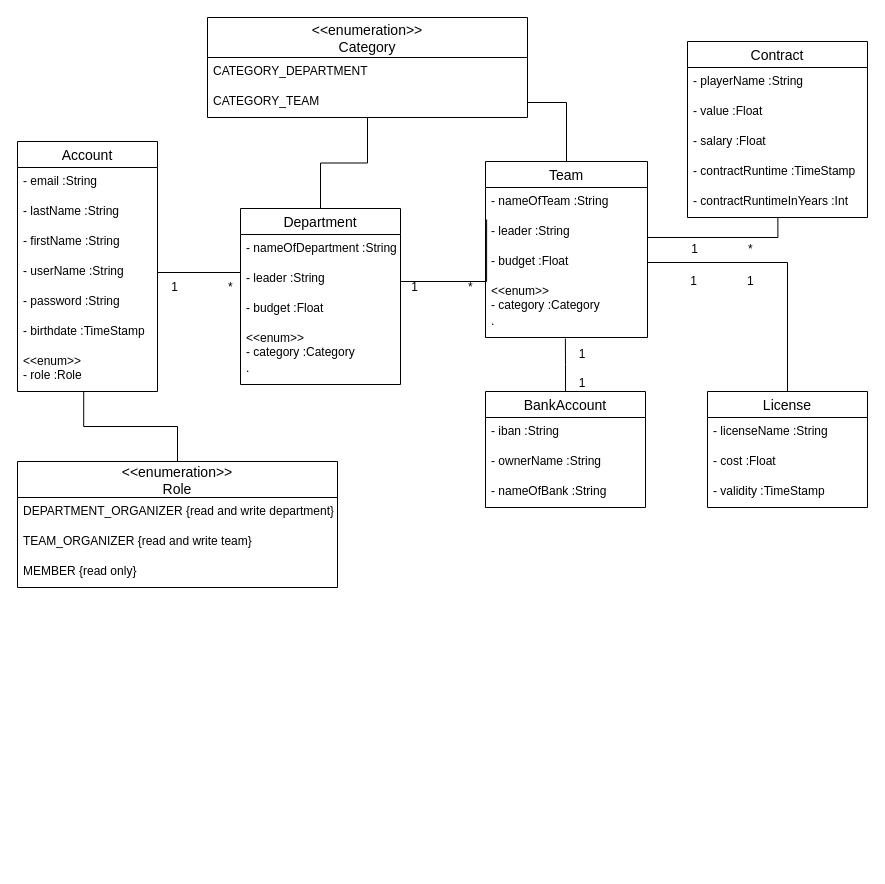
Earlier version of the draw.io diagram Documentation/Diagrams/domain_types.drawio (MJ7898/VereinsfinanzManager). Source tidied: cells renumbered, new cells numbered last; positions are measured from the earlier drawing's top-left corner, leaving out a move shared by most shapes. Both pictures are drawn from the tidied source at 100%, with x=0, y=0 at pixel (17, 17).
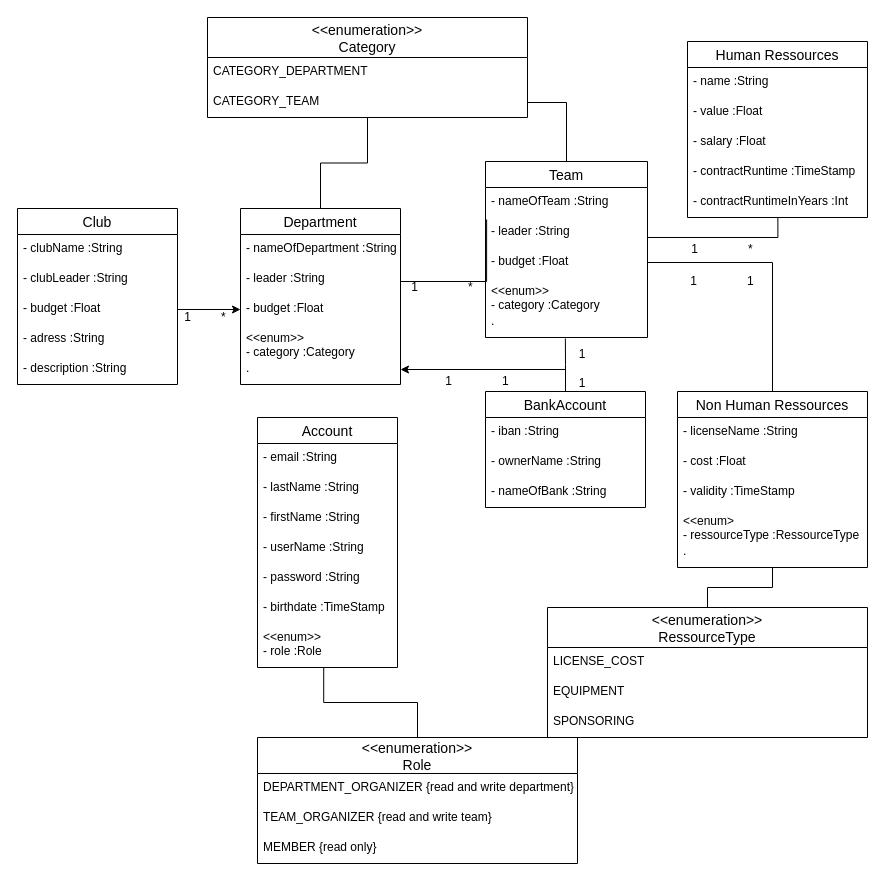
The same diagram, later.

The change refers to these unchanged cells:
```xml
<mxCell id="6" value="- userName :String" style="text;strokeColor=none;fillColor=none;spacingLeft=4;spacingRight=4;overflow=hidden;points=[[0,0.5],[1,0.5]];portConstraint=eastwest;fontSize=12;" parent="2" vertex="1">
  <mxGeometry y="116" width="140" height="30" as="geometry" />
</mxCell>
<mxCell id="15" value="- budget :Float" style="text;strokeColor=none;fillColor=none;spacingLeft=4;spacingRight=4;overflow=hidden;points=[[0,0.5],[1,0.5]];portConstraint=eastwest;fontSize=12;" parent="12" vertex="1">
  <mxGeometry y="86" width="160" height="30" as="geometry" />
</mxCell>
<mxCell id="17" value="." style="text;strokeColor=none;fillColor=none;spacingLeft=4;spacingRight=4;overflow=hidden;points=[[0,0.5],[1,0.5]];portConstraint=eastwest;fontSize=12;" parent="12" vertex="1">
  <mxGeometry y="146" width="160" height="30" as="geometry" />
</mxCell>
<mxCell id="26" value="BankAccount" style="swimlane;fontStyle=0;horizontal=1;startSize=26;align=center;fontSize=14;" parent="1" vertex="1">
  <mxGeometry x="468" y="374" width="160" height="116" as="geometry" />
</mxCell>
```

What changed in the source:
```diff
@@
     <mxCell id="2" value="Account" style="swimlane;fontStyle=0;horizontal=1;startSize=26;align=center;fontSize=14;" parent="1" vertex="1">
-      <mxGeometry y="124" width="140" height="250" as="geometry" />
+      <mxGeometry x="240" y="400" width="140" height="250" as="geometry" />
     </mxCell>
@@
+    <mxCell id="56" style="edgeStyle=orthogonalEdgeStyle;rounded=0;jettySize=auto;html=1;entryX=1;entryY=0.5;entryDx=0;entryDy=0;" parent="1" edge="1" source="26" target="17">
+      <mxGeometry relative="1" as="geometry" />
+    </mxCell>
@@
-    <mxCell id="31" value="Contract" style="swimlane;fontStyle=0;horizontal=1;startSize=26;align=center;fontSize=14;" parent="1" vertex="1">
+    <mxCell id="31" value="Human Ressources" style="swimlane;fontStyle=0;horizontal=1;startSize=26;align=center;fontSize=14;" parent="1" vertex="1">
       <mxGeometry x="670" y="24" width="180" height="176" as="geometry" />
     </mxCell>
-    <mxCell id="32" value="- playerName :String" style="text;strokeColor=none;fillColor=none;spacingLeft=4;spacingRight=4;overflow=hidden;fontSize=12;" parent="31" vertex="1">
+    <mxCell id="32" value="- name :String" style="text;strokeColor=none;fillColor=none;spacingLeft=4;spacingRight=4;overflow=hidden;fontSize=12;" parent="31" vertex="1">
       <mxGeometry y="26" width="180" height="30" as="geometry" />
     </mxCell>
@@
-    <mxCell id="38" value="License" style="swimlane;fontStyle=0;horizontal=1;startSize=26;align=center;fontSize=14;" parent="1" vertex="1">
-      <mxGeometry x="690" y="374" width="160" height="116" as="geometry" />
+    <mxCell id="38" value="Non Human Ressources" style="swimlane;fontStyle=0;horizontal=1;startSize=26;align=center;fontSize=14;" parent="1" vertex="1">
+      <mxGeometry x="660" y="374" width="190" height="176" as="geometry" />
     </mxCell>
     <mxCell id="39" value="- licenseName :String" style="text;strokeColor=none;fillColor=none;spacingLeft=4;spacingRight=4;overflow=hidden;fontSize=12;" parent="38" vertex="1">
-      <mxGeometry y="26" width="160" height="30" as="geometry" />
+      <mxGeometry y="26" width="190" height="30" as="geometry" />
     </mxCell>
     <mxCell id="40" value="- cost :Float" style="text;strokeColor=none;fillColor=none;spacingLeft=4;spacingRight=4;overflow=hidden;fontSize=12;" parent="38" vertex="1">
-      <mxGeometry y="56" width="160" height="30" as="geometry" />
+      <mxGeometry y="56" width="190" height="30" as="geometry" />
     </mxCell>
     <mxCell id="41" value="- validity :TimeStamp" style="text;strokeColor=none;fillColor=none;spacingLeft=4;spacingRight=4;overflow=hidden;fontSize=12;" parent="38" vertex="1">
-      <mxGeometry y="86" width="160" height="30" as="geometry" />
+      <mxGeometry y="86" width="190" height="30" as="geometry" />
     </mxCell>
+    <mxCell id="57" value="&lt;&lt;enum&gt;&#10;- ressourceType :RessourceType" style="text;strokeColor=none;fillColor=none;spacingLeft=4;spacingRight=4;overflow=hidden;fontSize=12;" parent="38" vertex="1">
+      <mxGeometry y="116" width="190" height="30" as="geometry" />
+    </mxCell>
+    <mxCell id="58" value="." style="text;strokeColor=none;fillColor=none;spacingLeft=4;spacingRight=4;overflow=hidden;fontSize=12;" parent="38" vertex="1">
+      <mxGeometry y="146" width="190" height="30" as="geometry" />
+    </mxCell>
@@
     <mxCell id="43" value="&lt;&lt;enumeration&gt;&gt;&#10;Role" style="swimlane;fontStyle=0;horizontal=1;startSize=36;align=center;fontSize=14;" parent="1" vertex="1">
-      <mxGeometry y="444" width="320" height="126" as="geometry" />
+      <mxGeometry x="240" y="720" width="320" height="126" as="geometry" />
     </mxCell>
@@
-    <mxCell id="47" style="edgeStyle=orthogonalEdgeStyle;rounded=0;jettySize=auto;html=1;endArrow=none;endFill=0;" parent="1" edge="1" source="6">
-      <mxGeometry relative="1" as="geometry">
-        <mxPoint x="223" y="255" as="targetPoint" />
-        <Array as="points">
-          <mxPoint x="223" y="255" />
-        </Array>
-      </mxGeometry>
-    </mxCell>
-    <mxCell id="48" value="1&amp;nbsp; &amp;nbsp; &amp;nbsp; &amp;nbsp; &amp;nbsp; &amp;nbsp; &amp;nbsp; &amp;nbsp;*" style="text;html=1;strokeColor=none;fillColor=none;align=center;verticalAlign=middle;whiteSpace=wrap;rounded=0;" parent="1" vertex="1">
-      <mxGeometry x="150" y="260" width="70" height="20" as="geometry" />
+    <mxCell id="48" value="1&amp;nbsp; &amp;nbsp; &amp;nbsp; &amp;nbsp; &amp;nbsp;*" style="text;html=1;strokeColor=none;fillColor=none;align=center;verticalAlign=middle;whiteSpace=wrap;rounded=0;" parent="1" vertex="1">
+      <mxGeometry x="153" y="290" width="70" height="20" as="geometry" />
     </mxCell>
@@
+    <mxCell id="59" value="Club" style="swimlane;fontStyle=0;horizontal=1;startSize=26;align=center;fontSize=14;" parent="1" vertex="1">
+      <mxGeometry y="191" width="160" height="176" as="geometry" />
+    </mxCell>
+    <mxCell id="60" value="- clubName :String" style="text;strokeColor=none;fillColor=none;spacingLeft=4;spacingRight=4;overflow=hidden;fontSize=12;" parent="59" vertex="1">
+      <mxGeometry y="26" width="160" height="30" as="geometry" />
+    </mxCell>
+    <mxCell id="61" value="- clubLeader :String" style="text;strokeColor=none;fillColor=none;spacingLeft=4;spacingRight=4;overflow=hidden;fontSize=12;" parent="59" vertex="1">
+      <mxGeometry y="56" width="160" height="30" as="geometry" />
+    </mxCell>
+    <mxCell id="62" value="- budget :Float" style="text;strokeColor=none;fillColor=none;spacingLeft=4;spacingRight=4;overflow=hidden;points=[[0,0.5],[1,0.5]];portConstraint=eastwest;fontSize=12;" parent="59" vertex="1">
+      <mxGeometry y="86" width="160" height="30" as="geometry" />
+    </mxCell>
+    <mxCell id="63" value="- adress :String" style="text;strokeColor=none;fillColor=none;spacingLeft=4;spacingRight=4;overflow=hidden;fontSize=12;" parent="59" vertex="1">
+      <mxGeometry y="116" width="160" height="30" as="geometry" />
+    </mxCell>
+    <mxCell id="64" value="- description :String" style="text;strokeColor=none;fillColor=none;spacingLeft=4;spacingRight=4;overflow=hidden;fontSize=12;" parent="59" vertex="1">
+      <mxGeometry y="146" width="160" height="30" as="geometry" />
+    </mxCell>
+    <mxCell id="65" style="edgeStyle=orthogonalEdgeStyle;rounded=0;jettySize=auto;html=1;" parent="1" edge="1" source="62" target="15">
+      <mxGeometry relative="1" as="geometry" />
+    </mxCell>
+    <mxCell id="66" value="1&amp;nbsp; &amp;nbsp; &amp;nbsp; &amp;nbsp; &amp;nbsp; &amp;nbsp; &amp;nbsp; &amp;nbsp;1" style="text;html=1;strokeColor=none;fillColor=none;align=center;verticalAlign=middle;whiteSpace=wrap;rounded=0;" parent="1" vertex="1">
+      <mxGeometry x="425" y="354" width="70" height="20" as="geometry" />
+    </mxCell>
+    <mxCell id="67" style="edgeStyle=orthogonalEdgeStyle;rounded=0;jettySize=auto;html=1;endArrow=none;endFill=0;" parent="1" edge="1" source="68" target="38">
+      <mxGeometry relative="1" as="geometry" />
+    </mxCell>
+    <mxCell id="68" value="&lt;&lt;enumeration&gt;&gt;&#10;RessourceType" style="swimlane;fontStyle=0;horizontal=1;startSize=40;align=center;fontSize=14;" parent="1" vertex="1">
+      <mxGeometry x="530" y="590" width="320" height="130" as="geometry" />
+    </mxCell>
+    <mxCell id="69" value="LICENSE_COST" style="text;strokeColor=none;fillColor=none;spacingLeft=4;spacingRight=4;overflow=hidden;fontSize=12;" parent="68" vertex="1">
+      <mxGeometry y="40" width="320" height="30" as="geometry" />
+    </mxCell>
+    <mxCell id="70" value="EQUIPMENT" style="text;strokeColor=none;fillColor=none;spacingLeft=4;spacingRight=4;overflow=hidden;fontSize=12;" parent="68" vertex="1">
+      <mxGeometry y="70" width="320" height="30" as="geometry" />
+    </mxCell>
+    <mxCell id="71" value="SPONSORING" style="text;strokeColor=none;fillColor=none;spacingLeft=4;spacingRight=4;overflow=hidden;fontSize=12;" parent="68" vertex="1">
+      <mxGeometry y="100" width="320" height="30" as="geometry" />
+    </mxCell>
```
